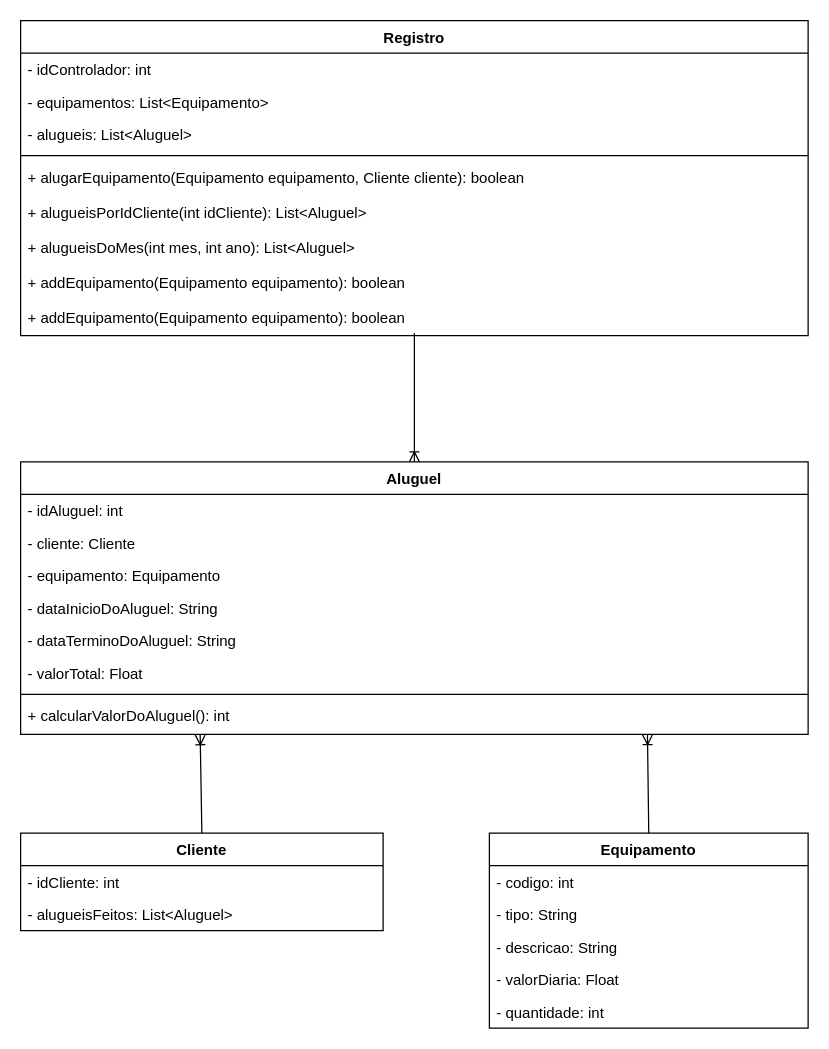
puc-aulas/lpm-noite-quarta-pl-luccaluchi keeps this draw.io diagram as docs/diagramas/diagramaDeClasses.drawio. Above is the earlier version. Source tidied: cells renumbered, new cells numbered last; positions are measured from the earlier drawing's top-left corner, leaving out a move shared by most shapes. Both pictures are drawn from the tidied source at 125%, with x=0, y=0 at pixel (20, 20).
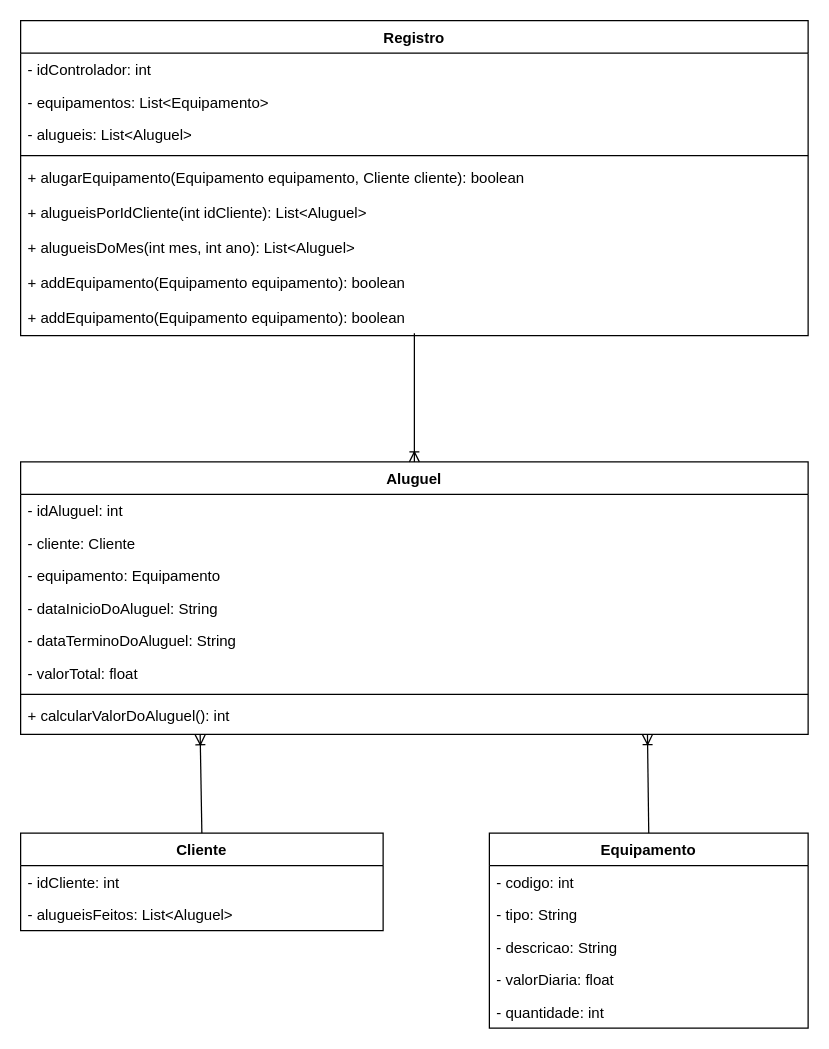
The same diagram, later.

Unchanged cells that the change refers to:
```xml
<mxCell id="5" value="Equipamento" style="swimlane;fontStyle=1;align=center;verticalAlign=top;horizontal=1;startSize=26;" parent="1" vertex="1">
  <mxGeometry x="375" y="650" width="255" height="156" as="geometry" />
</mxCell>
<mxCell id="11" value="Aluguel" style="swimlane;fontStyle=1;align=center;verticalAlign=top;horizontal=1;startSize=26;" parent="1" vertex="1">
  <mxGeometry y="353" width="630" height="218" as="geometry" />
</mxCell>
```

Diff of the diagram source:
```diff
@@
-    <mxCell id="9" value="- valorDiaria: Float" style="text;strokeColor=none;fillColor=none;align=left;verticalAlign=top;spacingLeft=4;spacingRight=4;overflow=hidden;" parent="5" vertex="1">
+    <mxCell id="9" value="- valorDiaria: float" style="text;strokeColor=none;fillColor=none;align=left;verticalAlign=top;spacingLeft=4;spacingRight=4;overflow=hidden;" parent="5" vertex="1">
       <mxGeometry y="104" width="255" height="26" as="geometry" />
     </mxCell>
@@
-    <mxCell id="17" value="- valorTotal: Float" style="text;strokeColor=none;fillColor=none;align=left;verticalAlign=top;spacingLeft=4;spacingRight=4;overflow=hidden;" parent="11" vertex="1">
+    <mxCell id="17" value="- valorTotal: float" style="text;strokeColor=none;fillColor=none;align=left;verticalAlign=top;spacingLeft=4;spacingRight=4;overflow=hidden;" parent="11" vertex="1">
       <mxGeometry y="156" width="630" height="26" as="geometry" />
     </mxCell>
```
